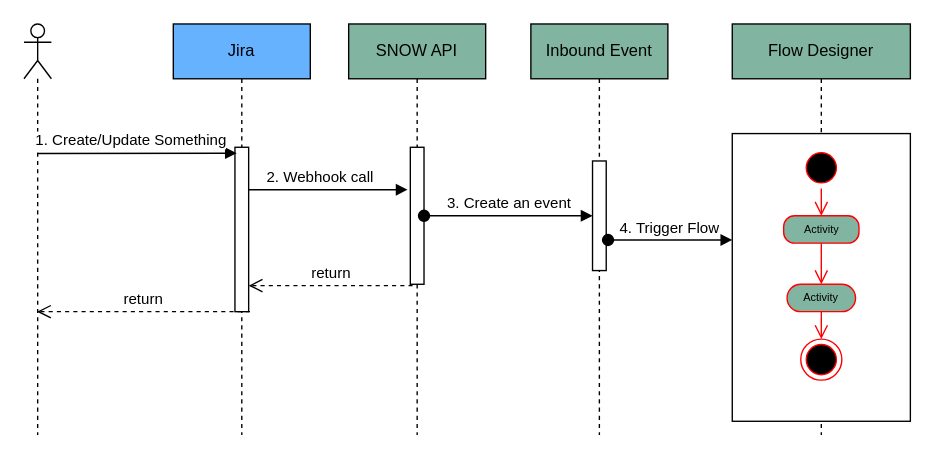
The draw.io diagram page "Jira2Snow" (1 of 3) of SnowJira.drawio in algimas/tmp, before the edit. Source tidied: cells renumbered, new cells numbered last; positions are measured from the earlier drawing's top-left corner, leaving out a move shared by most shapes. Both pictures are drawn from the tidied source at 137%, with x=0, y=0 at pixel (23, 23).
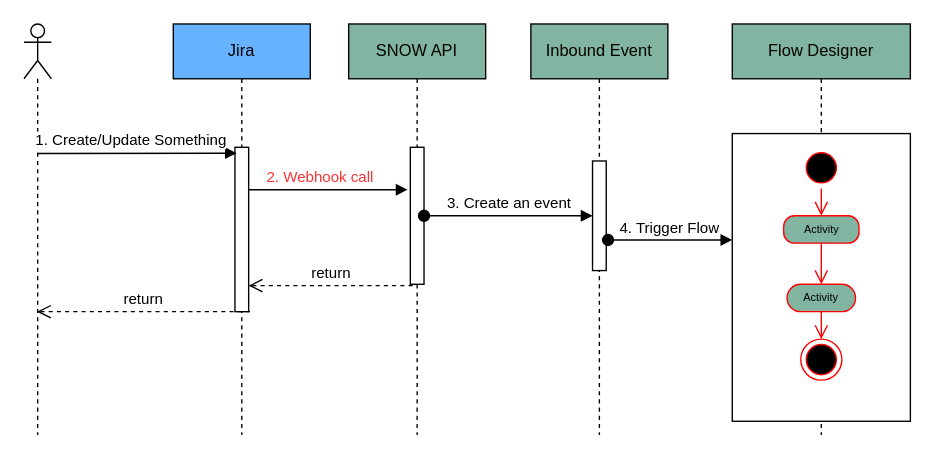
The same diagram, later.

The change refers to these unchanged cells:
```xml
<mxCell id="9" style="html=1;points=[];perimeter=orthogonalPerimeter;" parent="8" vertex="1">
  <mxGeometry x="45" y="90" width="10" height="100" as="geometry" />
</mxCell>
```

The edit, as a diff of the source:
```diff
@@
-    <mxCell id="2" value="2. Webhook call" style="html=1;verticalAlign=bottom;endArrow=block;entryX=-0.2;entryY=0.31;entryDx=0;entryDy=0;entryPerimeter=0;" parent="1" edge="1" target="9">
+    <mxCell id="2" value="2. Webhook call" style="html=1;verticalAlign=bottom;endArrow=block;entryX=-0.2;entryY=0.31;entryDx=0;entryDy=0;entryPerimeter=0;fontColor=#FF3333;" parent="1" edge="1" target="9">
       <mxGeometry x="-0.06" relative="1" as="geometry">
         <mxPoint x="158.5" y="121" as="sourcePoint" />
       </mxGeometry>
     </mxCell>
```
